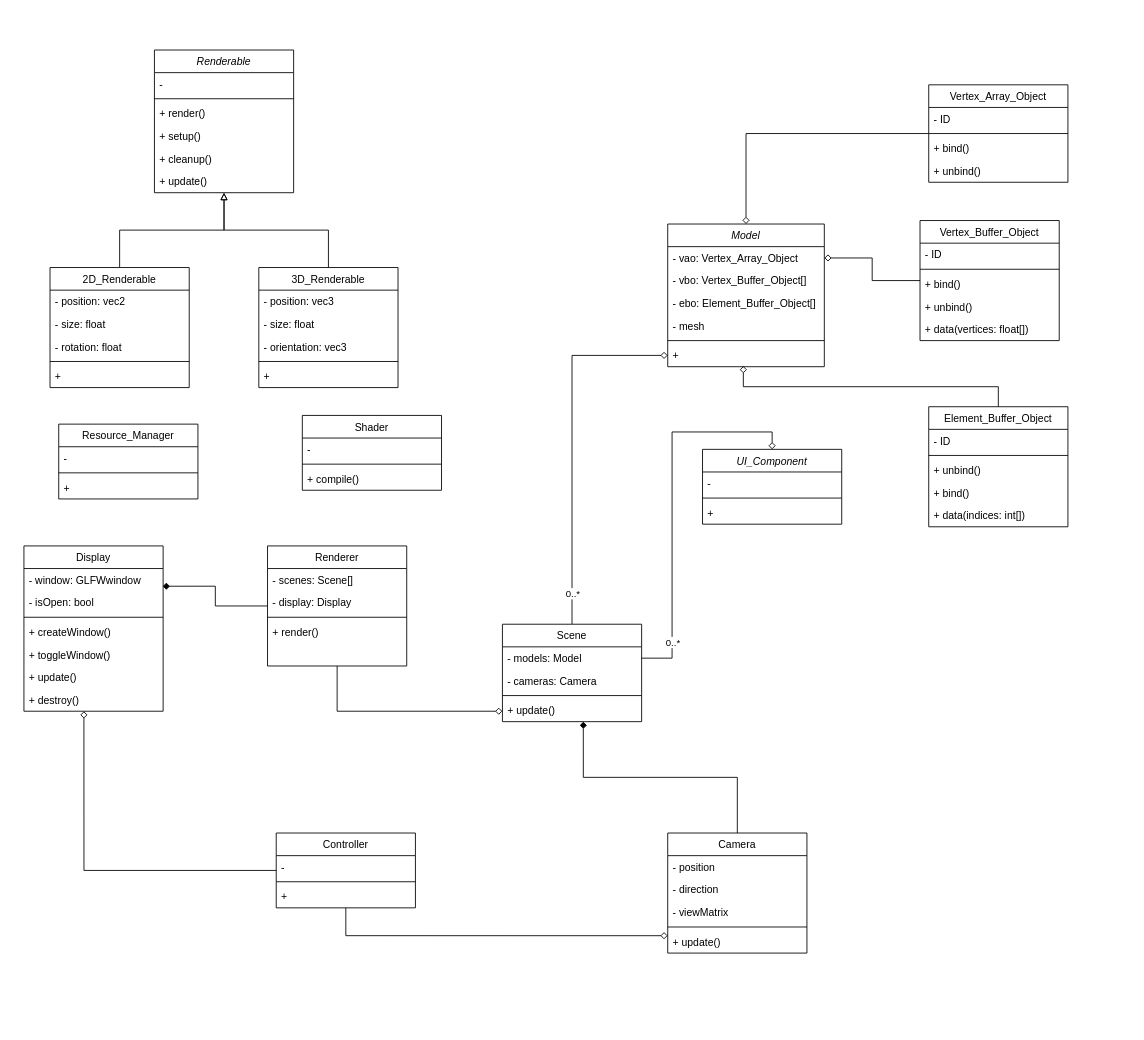
Before: Render_Engine.drawio in harriszk/science, a draw.io diagram. Source tidied: cells renumbered, new cells numbered last; positions are measured from the earlier drawing's top-left corner, leaving out a move shared by most shapes. Both pictures are drawn from the tidied source at 87%, with x=0, y=0 at pixel (23, 50).
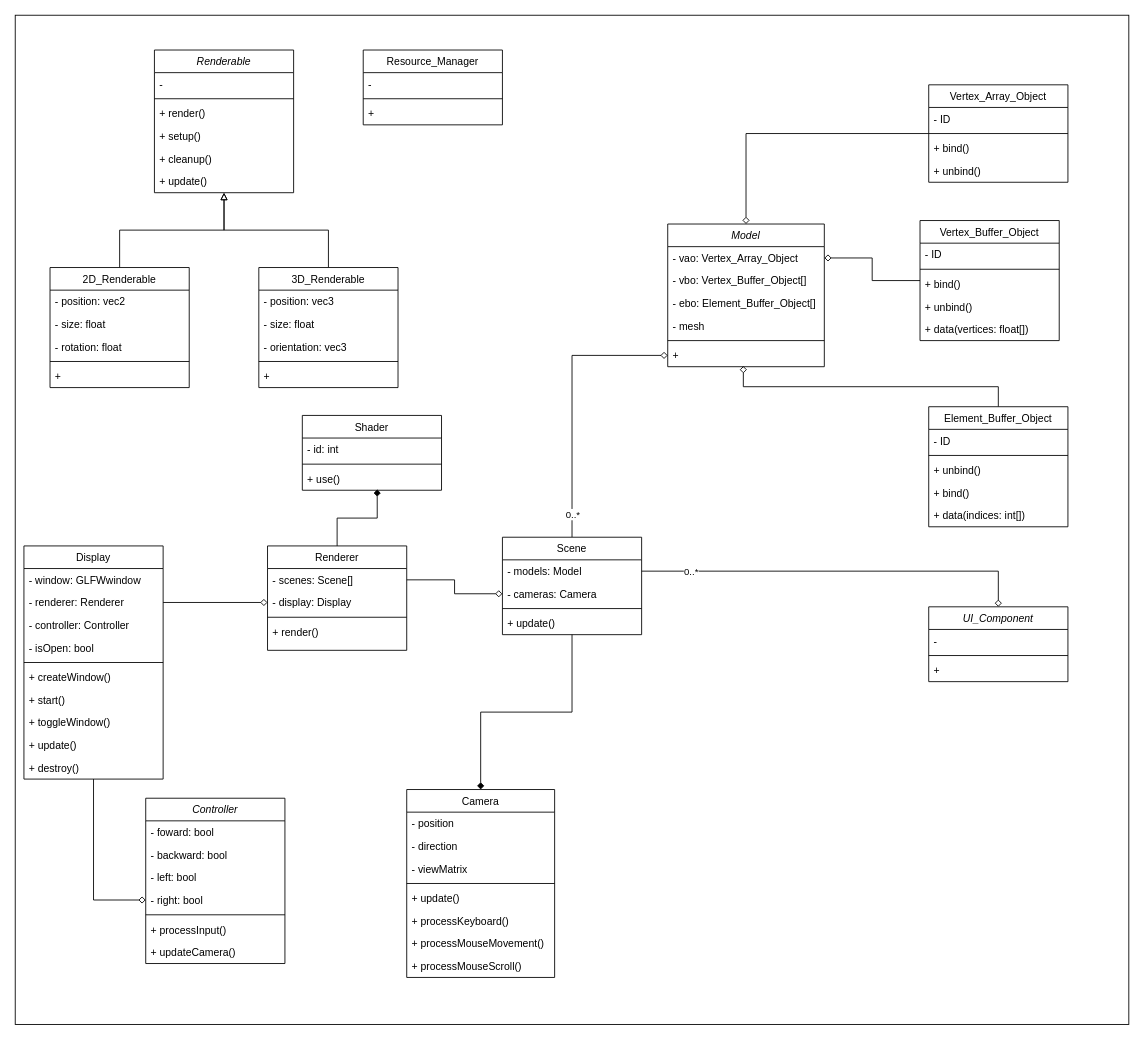
The same diagram, later.

Unchanged cells that the change refers to:
```xml
<mxCell id="30" value="Shader" style="swimlane;fontStyle=0;align=center;verticalAlign=top;horizontal=1;startSize=26;rounded=0;shadow=0;strokeWidth=1;" parent="1" vertex="1">
  <mxGeometry x="320" y="420" width="160" height="86" as="geometry" />
</mxCell>
<mxCell id="65" value="- cameras: Camera" style="text;align=left;verticalAlign=top;spacingLeft=4;spacingRight=4;overflow=hidden;points=[[0,0.5],[1,0.5]];portConstraint=eastwest;" parent="63" vertex="1">
  <mxGeometry y="52" width="160" height="26" as="geometry" />
</mxCell>
<mxCell id="67" value="+ update()" style="text;align=left;verticalAlign=top;spacingLeft=4;spacingRight=4;overflow=hidden;points=[[0,0.5],[1,0.5]];portConstraint=eastwest;fontStyle=0;" parent="63" vertex="1">
  <mxGeometry y="86" width="160" height="26" as="geometry" />
</mxCell>
<mxCell id="71" value="- scenes: Scene[]" style="text;align=left;verticalAlign=top;spacingLeft=4;spacingRight=4;overflow=hidden;points=[[0,0.5],[1,0.5]];portConstraint=eastwest;" parent="70" vertex="1">
  <mxGeometry y="26" width="160" height="26" as="geometry" />
</mxCell>
<mxCell id="72" value="- display: Display" style="text;align=left;verticalAlign=top;spacingLeft=4;spacingRight=4;overflow=hidden;points=[[0,0.5],[1,0.5]];portConstraint=eastwest;" parent="70" vertex="1">
  <mxGeometry y="52" width="160" height="26" as="geometry" />
</mxCell>
<mxCell id="84" value="- window: GLFWwindow" style="text;align=left;verticalAlign=top;spacingLeft=4;spacingRight=4;overflow=hidden;points=[[0,0.5],[1,0.5]];portConstraint=eastwest;" parent="83" vertex="1">
  <mxGeometry y="26" width="160" height="26" as="geometry" />
</mxCell>
```

Change to the diagram source:
```diff
@@
+    <mxCell id="99" style="whiteSpace=wrap;html=1;" parent="1" vertex="1">
+      <mxGeometry x="-10" y="-40" width="1280" height="1160" as="geometry" />
+    </mxCell>
@@
-    <mxCell id="31" value="- " style="text;align=left;verticalAlign=top;spacingLeft=4;spacingRight=4;overflow=hidden;" parent="30" vertex="1">
+    <mxCell id="31" value="- id: int" style="text;align=left;verticalAlign=top;spacingLeft=4;spacingRight=4;overflow=hidden;" parent="30" vertex="1">
       <mxGeometry y="26" width="160" height="26" as="geometry" />
     </mxCell>
@@
-    <mxCell id="33" value="+ compile()" style="text;align=left;verticalAlign=top;spacingLeft=4;spacingRight=4;overflow=hidden;points=[[0,0.5],[1,0.5]];portConstraint=eastwest;fontStyle=0;" parent="30" vertex="1">
+    <mxCell id="33" value="+ use()" style="text;align=left;verticalAlign=top;spacingLeft=4;spacingRight=4;overflow=hidden;points=[[0,0.5],[1,0.5]];portConstraint=eastwest;fontStyle=0;" parent="30" vertex="1">
       <mxGeometry y="60" width="160" height="26" as="geometry" />
     </mxCell>
@@
-    <mxCell id="54" style="edgeStyle=orthogonalEdgeStyle;rounded=0;html=1;entryX=0.581;entryY=1;entryDx=0;entryDy=0;entryPerimeter=0;endArrow=diamond;endFill=1;" parent="1" edge="1" source="55" target="67">
-      <mxGeometry relative="1" as="geometry" />
-    </mxCell>
     <mxCell id="55" value="Camera" style="swimlane;fontStyle=0;align=center;verticalAlign=top;horizontal=1;startSize=26;rounded=0;shadow=0;strokeWidth=1;" parent="1" vertex="1">
-      <mxGeometry x="740" y="900" width="160" height="138" as="geometry" />
+      <mxGeometry x="440" y="850" width="170" height="216" as="geometry" />
     </mxCell>
     <mxCell id="56" value="- position" style="text;align=left;verticalAlign=top;spacingLeft=4;spacingRight=4;overflow=hidden;" parent="55" vertex="1">
-      <mxGeometry y="26" width="160" height="26" as="geometry" />
+      <mxGeometry y="26" width="170" height="26" as="geometry" />
     </mxCell>
     <mxCell id="57" value="- direction" style="text;align=left;verticalAlign=top;spacingLeft=4;spacingRight=4;overflow=hidden;" parent="55" vertex="1">
-      <mxGeometry y="52" width="160" height="26" as="geometry" />
+      <mxGeometry y="52" width="170" height="26" as="geometry" />
     </mxCell>
     <mxCell id="58" value="- viewMatrix" style="text;align=left;verticalAlign=top;spacingLeft=4;spacingRight=4;overflow=hidden;" parent="55" vertex="1">
-      <mxGeometry y="78" width="160" height="26" as="geometry" />
+      <mxGeometry y="78" width="170" height="26" as="geometry" />
     </mxCell>
     <mxCell id="59" style="line;html=1;strokeWidth=1;align=left;verticalAlign=middle;spacingTop=-1;spacingLeft=3;spacingRight=3;labelPosition=right;" parent="55" vertex="1">
-      <mxGeometry y="104" width="160" height="8" as="geometry" />
+      <mxGeometry y="104" width="170" height="8" as="geometry" />
     </mxCell>
     <mxCell id="60" value="+ update()" style="text;align=left;verticalAlign=top;spacingLeft=4;spacingRight=4;overflow=hidden;points=[[0,0.5],[1,0.5]];portConstraint=eastwest;fontStyle=0;" parent="55" vertex="1">
-      <mxGeometry y="112" width="160" height="26" as="geometry" />
+      <mxGeometry y="112" width="170" height="26" as="geometry" />
     </mxCell>
+    <mxCell id="100" value="+ processKeyboard()" style="text;align=left;verticalAlign=top;spacingLeft=4;spacingRight=4;overflow=hidden;fontStyle=0;" parent="55" vertex="1">
+      <mxGeometry y="138" width="170" height="26" as="geometry" />
+    </mxCell>
+    <mxCell id="101" value="+ processMouseMovement()" style="text;align=left;verticalAlign=top;spacingLeft=4;spacingRight=4;overflow=hidden;fontStyle=0;" parent="55" vertex="1">
+      <mxGeometry y="164" width="170" height="26" as="geometry" />
+    </mxCell>
+    <mxCell id="102" value="+ processMouseScroll()" style="text;align=left;verticalAlign=top;spacingLeft=4;spacingRight=4;overflow=hidden;fontStyle=0;" parent="55" vertex="1">
+      <mxGeometry y="190" width="170" height="26" as="geometry" />
+    </mxCell>
@@
+    <mxCell id="103" style="edgeStyle=orthogonalEdgeStyle;rounded=0;html=1;entryX=0.5;entryY=0;entryDx=0;entryDy=0;endArrow=diamond;endFill=1;" parent="1" edge="1" source="63" target="55">
+      <mxGeometry relative="1" as="geometry" />
+    </mxCell>
     <mxCell id="63" value="Scene" style="swimlane;fontStyle=0;align=center;verticalAlign=top;horizontal=1;startSize=26;rounded=0;shadow=0;strokeWidth=1;" parent="1" vertex="1">
-      <mxGeometry x="550" y="660" width="160" height="112" as="geometry" />
+      <mxGeometry x="550" y="560" width="160" height="112" as="geometry" />
     </mxCell>
@@
-    <mxCell id="68" style="edgeStyle=orthogonalEdgeStyle;rounded=0;jettySize=auto;html=1;entryX=0.997;entryY=0.782;entryDx=0;entryDy=0;entryPerimeter=0;strokeColor=default;endArrow=diamond;endFill=1;" parent="1" edge="1" source="70" target="84">
-      <mxGeometry relative="1" as="geometry" />
-    </mxCell>
-    <mxCell id="69" style="edgeStyle=orthogonalEdgeStyle;rounded=0;jettySize=auto;html=1;strokeColor=default;endArrow=diamond;endFill=0;" parent="1" edge="1" source="70" target="67">
-      <mxGeometry relative="1" as="geometry">
-        <Array as="points">
-          <mxPoint x="360" y="760" />
-        </Array>
-      </mxGeometry>
-    </mxCell>
+    <mxCell id="104" style="edgeStyle=orthogonalEdgeStyle;rounded=0;html=1;entryX=0.538;entryY=0.962;entryDx=0;entryDy=0;entryPerimeter=0;endArrow=diamond;endFill=1;" parent="1" edge="1" source="70" target="33">
+      <mxGeometry relative="1" as="geometry" />
+    </mxCell>
     <mxCell id="70" value="Renderer" style="swimlane;fontStyle=0;align=center;verticalAlign=top;horizontal=1;startSize=26;rounded=0;shadow=0;strokeWidth=1;" parent="1" vertex="1">
-      <mxGeometry x="280" y="570" width="160" height="138" as="geometry" />
+      <mxGeometry x="280" y="570" width="160" height="120" as="geometry" />
     </mxCell>
@@
     <mxCell id="75" value="Resource_Manager" style="swimlane;fontStyle=0;align=center;verticalAlign=top;horizontal=1;startSize=26;rounded=0;shadow=0;strokeWidth=1;" parent="1" vertex="1">
-      <mxGeometry x="40" y="430" width="160" height="86" as="geometry" />
+      <mxGeometry x="390" width="160" height="86" as="geometry" />
     </mxCell>
@@
     <mxCell id="79" value="UI_Component" style="swimlane;fontStyle=2;align=center;verticalAlign=top;horizontal=1;startSize=26;rounded=0;shadow=0;strokeWidth=1;" parent="1" vertex="1">
-      <mxGeometry x="780" y="459" width="160" height="86" as="geometry" />
+      <mxGeometry x="1040" y="640" width="160" height="86" as="geometry" />
     </mxCell>
@@
+    <mxCell id="105" style="edgeStyle=orthogonalEdgeStyle;rounded=0;html=1;entryX=0;entryY=0.5;entryDx=0;entryDy=0;endArrow=diamond;endFill=0;" parent="1" edge="1" source="83" target="111">
+      <mxGeometry relative="1" as="geometry" />
+    </mxCell>
     <mxCell id="83" value="Display" style="swimlane;fontStyle=0;align=center;verticalAlign=top;horizontal=1;startSize=26;rounded=0;shadow=0;strokeWidth=1;" parent="1" vertex="1">
-      <mxGeometry y="570" width="160" height="190" as="geometry" />
+      <mxGeometry y="570" width="160" height="268" as="geometry" />
     </mxCell>
@@
+    <mxCell id="106" value="- renderer: Renderer" style="text;align=left;verticalAlign=top;spacingLeft=4;spacingRight=4;overflow=hidden;points=[[0,0.5],[1,0.5]];portConstraint=eastwest;" parent="83" vertex="1">
+      <mxGeometry y="52" width="160" height="26" as="geometry" />
+    </mxCell>
+    <mxCell id="107" value="- controller: Controller" style="text;align=left;verticalAlign=top;spacingLeft=4;spacingRight=4;overflow=hidden;" parent="83" vertex="1">
+      <mxGeometry y="78" width="160" height="26" as="geometry" />
+    </mxCell>
     <mxCell id="85" value="- isOpen: bool" style="text;align=left;verticalAlign=top;spacingLeft=4;spacingRight=4;overflow=hidden;" parent="83" vertex="1">
-      <mxGeometry y="52" width="160" height="26" as="geometry" />
+      <mxGeometry y="104" width="160" height="26" as="geometry" />
     </mxCell>
     <mxCell id="86" style="line;html=1;strokeWidth=1;align=left;verticalAlign=middle;spacingTop=-1;spacingLeft=3;spacingRight=3;labelPosition=right;" parent="83" vertex="1">
-      <mxGeometry y="78" width="160" height="8" as="geometry" />
+      <mxGeometry y="130" width="160" height="8" as="geometry" />
     </mxCell>
     <mxCell id="87" value="+ createWindow()" style="text;align=left;verticalAlign=top;spacingLeft=4;spacingRight=4;overflow=hidden;fontStyle=0;" parent="83" vertex="1">
-      <mxGeometry y="86" width="160" height="26" as="geometry" />
+      <mxGeometry y="138" width="160" height="26" as="geometry" />
     </mxCell>
+    <mxCell id="108" value="+ start()" style="text;align=left;verticalAlign=top;spacingLeft=4;spacingRight=4;overflow=hidden;fontStyle=0;" parent="83" vertex="1">
+      <mxGeometry y="164" width="160" height="26" as="geometry" />
+    </mxCell>
     <mxCell id="88" value="+ toggleWindow()" style="text;align=left;verticalAlign=top;spacingLeft=4;spacingRight=4;overflow=hidden;fontStyle=0;" parent="83" vertex="1">
-      <mxGeometry y="112" width="160" height="26" as="geometry" />
+      <mxGeometry y="190" width="160" height="26" as="geometry" />
     </mxCell>
     <mxCell id="89" value="+ update()" style="text;align=left;verticalAlign=top;spacingLeft=4;spacingRight=4;overflow=hidden;fontStyle=0;" parent="83" vertex="1">
-      <mxGeometry y="138" width="160" height="26" as="geometry" />
+      <mxGeometry y="216" width="160" height="26" as="geometry" />
     </mxCell>
     <mxCell id="90" value="+ destroy()" style="text;align=left;verticalAlign=top;spacingLeft=4;spacingRight=4;overflow=hidden;points=[[0,0.5],[1,0.5]];portConstraint=eastwest;fontStyle=0;" parent="83" vertex="1">
-      <mxGeometry y="164" width="160" height="26" as="geometry" />
+      <mxGeometry y="242" width="160" height="26" as="geometry" />
     </mxCell>
@@
-    <mxCell id="93" style="edgeStyle=orthogonalEdgeStyle;rounded=0;html=1;entryX=0.431;entryY=1;entryDx=0;entryDy=0;entryPerimeter=0;endArrow=diamond;endFill=0;" parent="1" edge="1" source="95" target="90">
-      <mxGeometry relative="1" as="geometry">
-        <Array as="points">
-          <mxPoint x="69" y="943" />
-        </Array>
-      </mxGeometry>
-    </mxCell>
-    <mxCell id="94" style="edgeStyle=orthogonalEdgeStyle;rounded=0;html=1;entryX=0;entryY=0.231;entryDx=0;entryDy=0;entryPerimeter=0;endArrow=diamond;endFill=0;" parent="1" edge="1" source="95" target="60">
-      <mxGeometry relative="1" as="geometry" />
-    </mxCell>
-    <mxCell id="95" value="Controller" style="swimlane;fontStyle=0;align=center;verticalAlign=top;horizontal=1;startSize=26;rounded=0;shadow=0;strokeWidth=1;" parent="1" vertex="1">
-      <mxGeometry x="290" y="900" width="160" height="86" as="geometry" />
+    <mxCell id="95" value="Controller" style="swimlane;fontStyle=2;align=center;verticalAlign=top;horizontal=1;startSize=26;rounded=0;shadow=0;strokeWidth=1;" parent="1" vertex="1">
+      <mxGeometry x="140" y="860" width="160" height="190" as="geometry" />
     </mxCell>
-    <mxCell id="96" value="-" style="text;align=left;verticalAlign=top;spacingLeft=4;spacingRight=4;overflow=hidden;" parent="95" vertex="1">
+    <mxCell id="96" value="- foward: bool" style="text;align=left;verticalAlign=top;spacingLeft=4;spacingRight=4;overflow=hidden;" parent="95" vertex="1">
       <mxGeometry y="26" width="160" height="26" as="geometry" />
     </mxCell>
+    <mxCell id="109" value="- backward: bool" style="text;align=left;verticalAlign=top;spacingLeft=4;spacingRight=4;overflow=hidden;" parent="95" vertex="1">
+      <mxGeometry y="52" width="160" height="26" as="geometry" />
+    </mxCell>
+    <mxCell id="110" value="- left: bool" style="text;align=left;verticalAlign=top;spacingLeft=4;spacingRight=4;overflow=hidden;" parent="95" vertex="1">
+      <mxGeometry y="78" width="160" height="26" as="geometry" />
+    </mxCell>
+    <mxCell id="111" value="- right: bool" style="text;align=left;verticalAlign=top;spacingLeft=4;spacingRight=4;overflow=hidden;points=[[0,0.5],[1,0.5]];portConstraint=eastwest;" parent="95" vertex="1">
+      <mxGeometry y="104" width="160" height="26" as="geometry" />
+    </mxCell>
     <mxCell id="97" style="line;html=1;strokeWidth=1;align=left;verticalAlign=middle;spacingTop=-1;spacingLeft=3;spacingRight=3;labelPosition=right;" parent="95" vertex="1">
-      <mxGeometry y="52" width="160" height="8" as="geometry" />
+      <mxGeometry y="130" width="160" height="8" as="geometry" />
     </mxCell>
-    <mxCell id="98" value="+" style="text;align=left;verticalAlign=top;spacingLeft=4;spacingRight=4;overflow=hidden;fontStyle=0;" parent="95" vertex="1">
-      <mxGeometry y="60" width="160" height="26" as="geometry" />
+    <mxCell id="98" value="+ processInput()" style="text;align=left;verticalAlign=top;spacingLeft=4;spacingRight=4;overflow=hidden;fontStyle=0;" parent="95" vertex="1">
+      <mxGeometry y="138" width="160" height="26" as="geometry" />
     </mxCell>
+    <mxCell id="112" value="+ updateCamera()" style="text;align=left;verticalAlign=top;spacingLeft=4;spacingRight=4;overflow=hidden;fontStyle=0;" parent="95" vertex="1">
+      <mxGeometry y="164" width="160" height="26" as="geometry" />
+    </mxCell>
+    <mxCell id="113" style="edgeStyle=orthogonalEdgeStyle;rounded=0;html=1;entryX=0;entryY=0.5;entryDx=0;entryDy=0;endArrow=diamond;endFill=0;" parent="1" edge="1" source="106" target="72">
+      <mxGeometry relative="1" as="geometry" />
+    </mxCell>
+    <mxCell id="114" style="edgeStyle=orthogonalEdgeStyle;rounded=0;html=1;entryX=0;entryY=0.5;entryDx=0;entryDy=0;endArrow=diamond;endFill=0;" parent="1" edge="1" source="71" target="65">
+      <mxGeometry relative="1" as="geometry" />
+    </mxCell>
```
